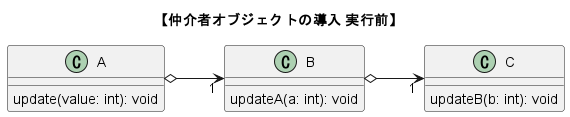
nitta-lab/TwoStagesModelingExperiments keeps this PlantUML diagram as img/classes/tools/ex_introduce_mediator_before.png. Above is the earlier version.
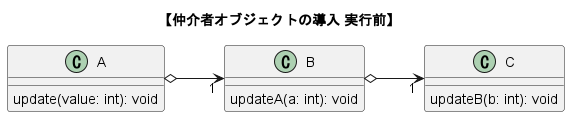
The same diagram one commit later.

Change to the diagram source:
```diff
@@ -1,4 +1,4 @@
-@startuml map_class_push_CFD
+@startuml before_introduce_mediator
 title "【仲介者オブジェクトの導入 実行前】"
 left to right direction
 
```
